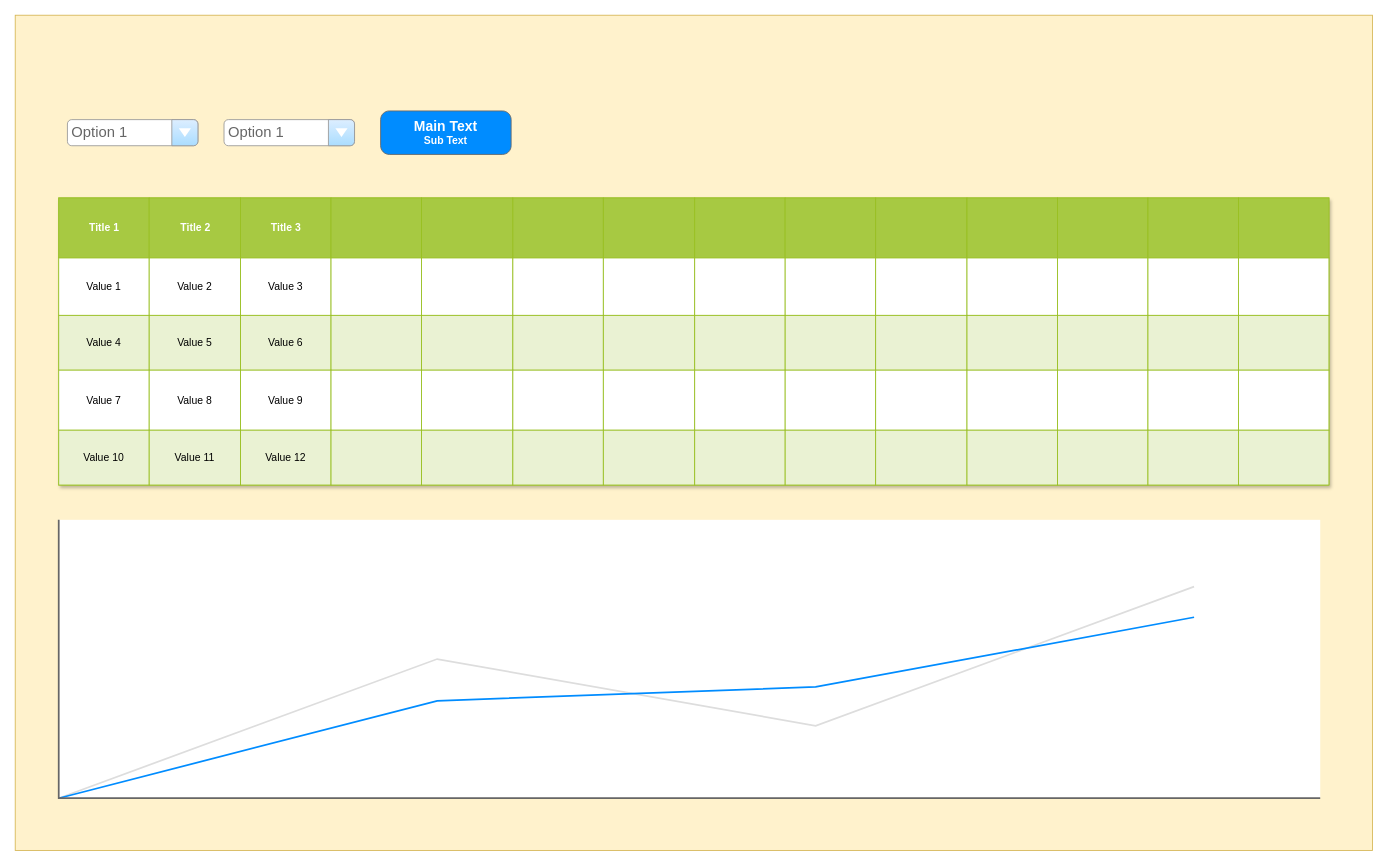
The draw.io diagram design/reactApp/ui.drawio in Tatsukiyoshi/Tatsukiyoshi.github.io, before the edit. Source tidied: cells renumbered, new cells numbered last; positions are measured from the earlier drawing's top-left corner, leaving out a move shared by most shapes. Both pictures are drawn from the tidied source at 87%, with x=0, y=0 at pixel (15, 15).
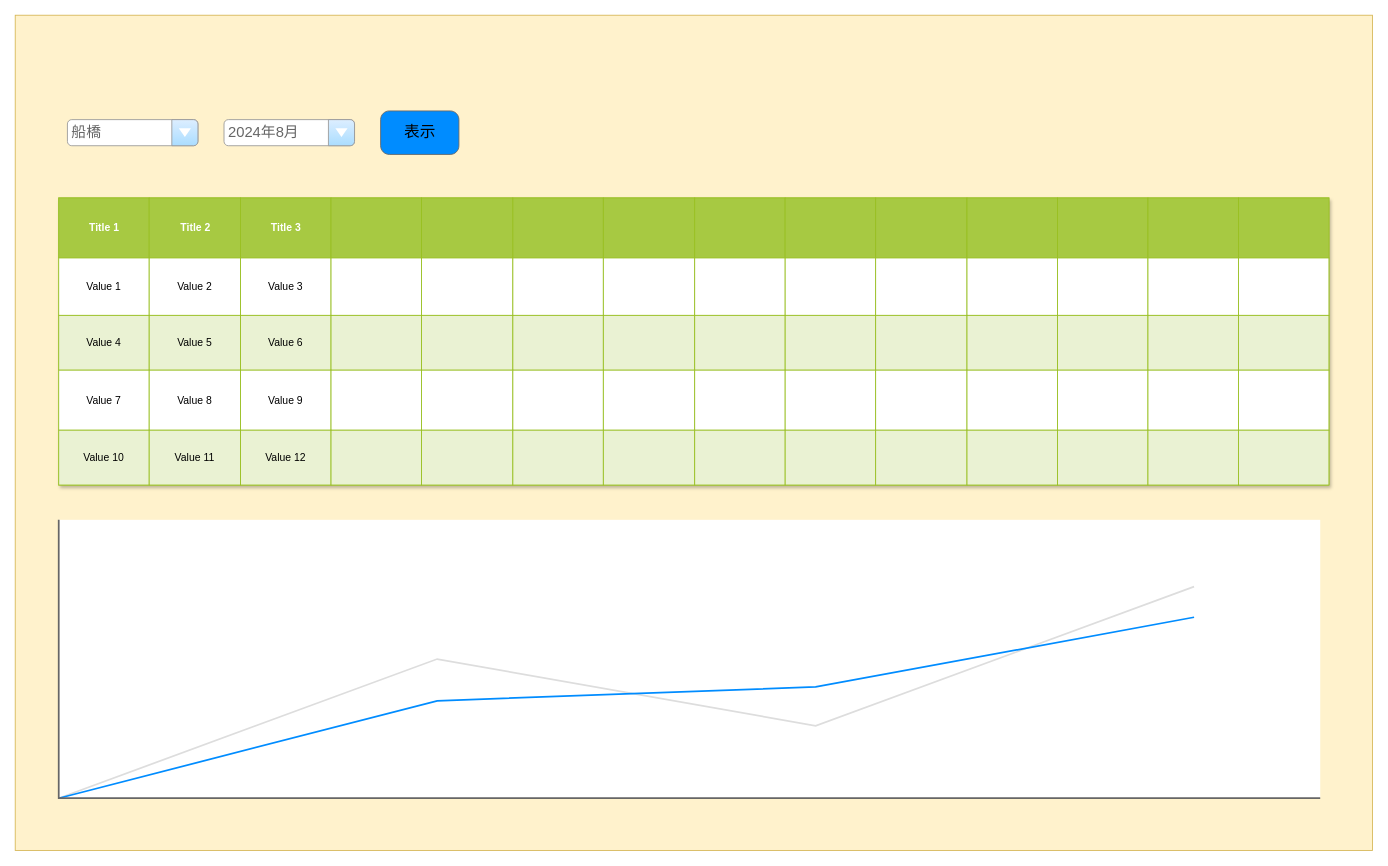
The same page after the edit.

Diff of the diagram source:
```diff
@@
-    <mxCell id="79" value="Option 1" style="strokeWidth=1;shadow=0;dashed=0;align=center;html=1;shape=mxgraph.mockup.forms.comboBox;strokeColor=#999999;fillColor=#ddeeff;align=left;fillColor2=#aaddff;mainText=;fontColor=#666666;fontSize=17;spacingLeft=3;" parent="1" vertex="1">
+    <mxCell id="79" value="船橋" style="strokeWidth=1;shadow=0;dashed=0;align=center;html=1;shape=mxgraph.mockup.forms.comboBox;strokeColor=#999999;fillColor=#ddeeff;align=left;fillColor2=#aaddff;mainText=;fontColor=#666666;fontSize=17;spacingLeft=3;" parent="1" vertex="1">
       <mxGeometry x="60" y="120" width="150" height="30" as="geometry" />
     </mxCell>
-    <mxCell id="80" value="Option 1" style="strokeWidth=1;shadow=0;dashed=0;align=center;html=1;shape=mxgraph.mockup.forms.comboBox;strokeColor=#999999;fillColor=#ddeeff;align=left;fillColor2=#aaddff;mainText=;fontColor=#666666;fontSize=17;spacingLeft=3;" parent="1" vertex="1">
+    <mxCell id="80" value="2024年8月" style="strokeWidth=1;shadow=0;dashed=0;align=center;html=1;shape=mxgraph.mockup.forms.comboBox;strokeColor=#999999;fillColor=#ddeeff;align=left;fillColor2=#aaddff;mainText=;fontColor=#666666;fontSize=17;spacingLeft=3;" parent="1" vertex="1">
       <mxGeometry x="240" y="120" width="150" height="30" as="geometry" />
     </mxCell>
-    <mxCell id="81" style="strokeWidth=1;shadow=0;dashed=0;align=center;html=1;shape=mxgraph.mockup.buttons.multiButton;fillColor=#008cff;strokeColor=#666666;mainText=;subText=;" parent="1" vertex="1">
-      <mxGeometry x="420" y="110" width="150" height="50" as="geometry" />
+    <mxCell id="81" value="&lt;font style=&quot;font-size: 18px;&quot;&gt;表示&lt;/font&gt;" style="strokeWidth=1;shadow=0;dashed=0;align=center;html=1;shape=mxgraph.mockup.buttons.multiButton;fillColor=#008cff;strokeColor=#666666;mainText=;subText=;" parent="1" vertex="1">
+      <mxGeometry x="420" y="110" width="90" height="50" as="geometry" />
     </mxCell>
-    <mxCell id="82" value="Main Text" style="strokeWidth=1;shadow=0;dashed=0;align=center;html=1;shape=mxgraph.mockup.anchor;fontSize=16;fontColor=#ffffff;fontStyle=1;whiteSpace=wrap;" parent="81" vertex="1">
-      <mxGeometry y="8" width="150" height="20" as="geometry" />
+    <mxCell id="82" style="strokeWidth=1;shadow=0;dashed=0;align=center;html=1;shape=mxgraph.mockup.anchor;fontSize=16;fontColor=#ffffff;fontStyle=1;whiteSpace=wrap;" parent="81" vertex="1">
+      <mxGeometry y="8" width="90" height="20" as="geometry" />
     </mxCell>
-    <mxCell id="83" value="Sub Text" style="strokeWidth=1;shadow=0;dashed=0;align=center;html=1;shape=mxgraph.mockup.anchor;fontSize=12;fontColor=#ffffff;fontStyle=1;whiteSpace=wrap;" parent="81" vertex="1">
-      <mxGeometry y="30" width="150" height="10" as="geometry" />
-    </mxCell>
```
